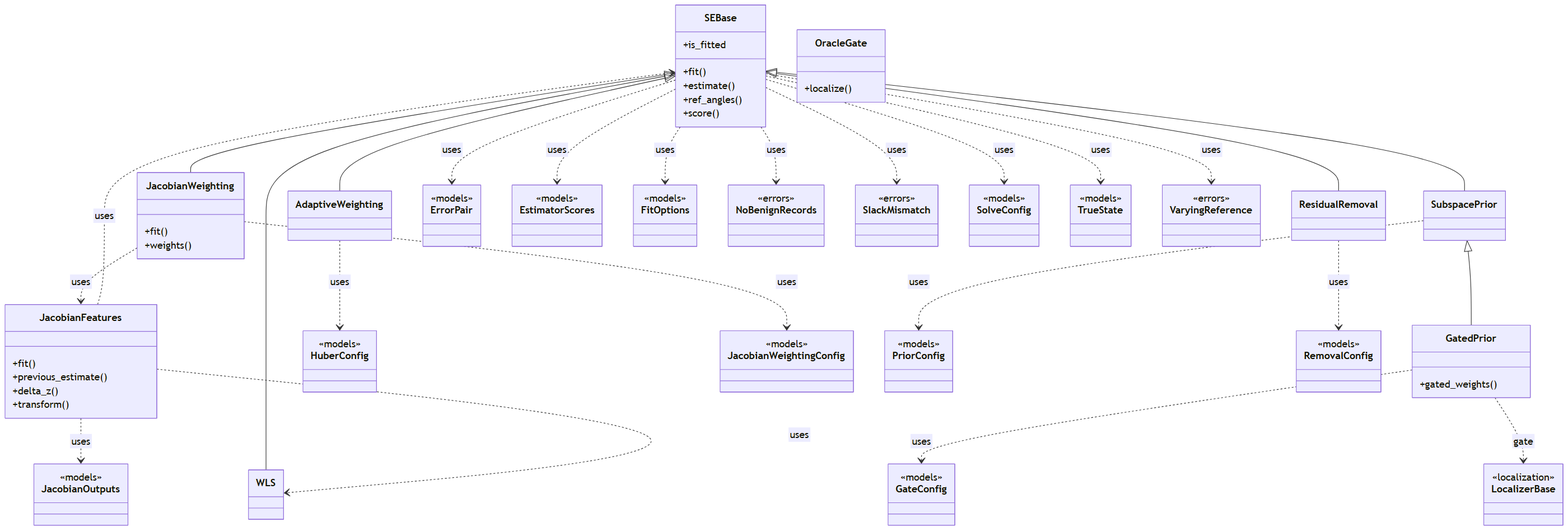
myersben9/fdia-graph keeps this Mermaid diagram as docs/figures/diagrams/classes_estimation.png. Above is the earlier version. Its source is kept beside it as docs/figures/diagrams/classes_estimation.mmd.
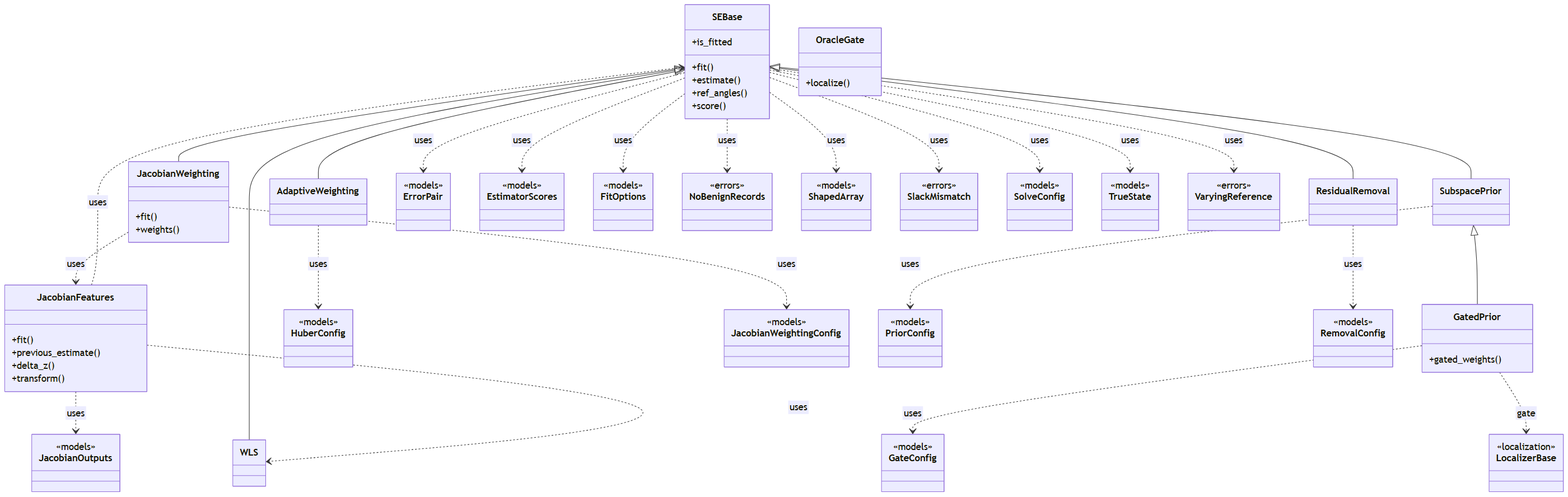
The same diagram one commit later.

The edit, as a diff of the source:
```diff
@@ -63,6 +63,9 @@
     class RemovalConfig {
         <<models>>
     }
+    class ShapedArray {
+        <<models>>
+    }
     class SlackMismatch {
         <<errors>>
     }
@@ -94,6 +97,7 @@
     SEBase ..> EstimatorScores : uses
     SEBase ..> FitOptions : uses
     SEBase ..> NoBenignRecords : uses
+    SEBase ..> ShapedArray : uses
     SEBase ..> SlackMismatch : uses
     SEBase ..> SolveConfig : uses
     SEBase ..> TrueState : uses
```
